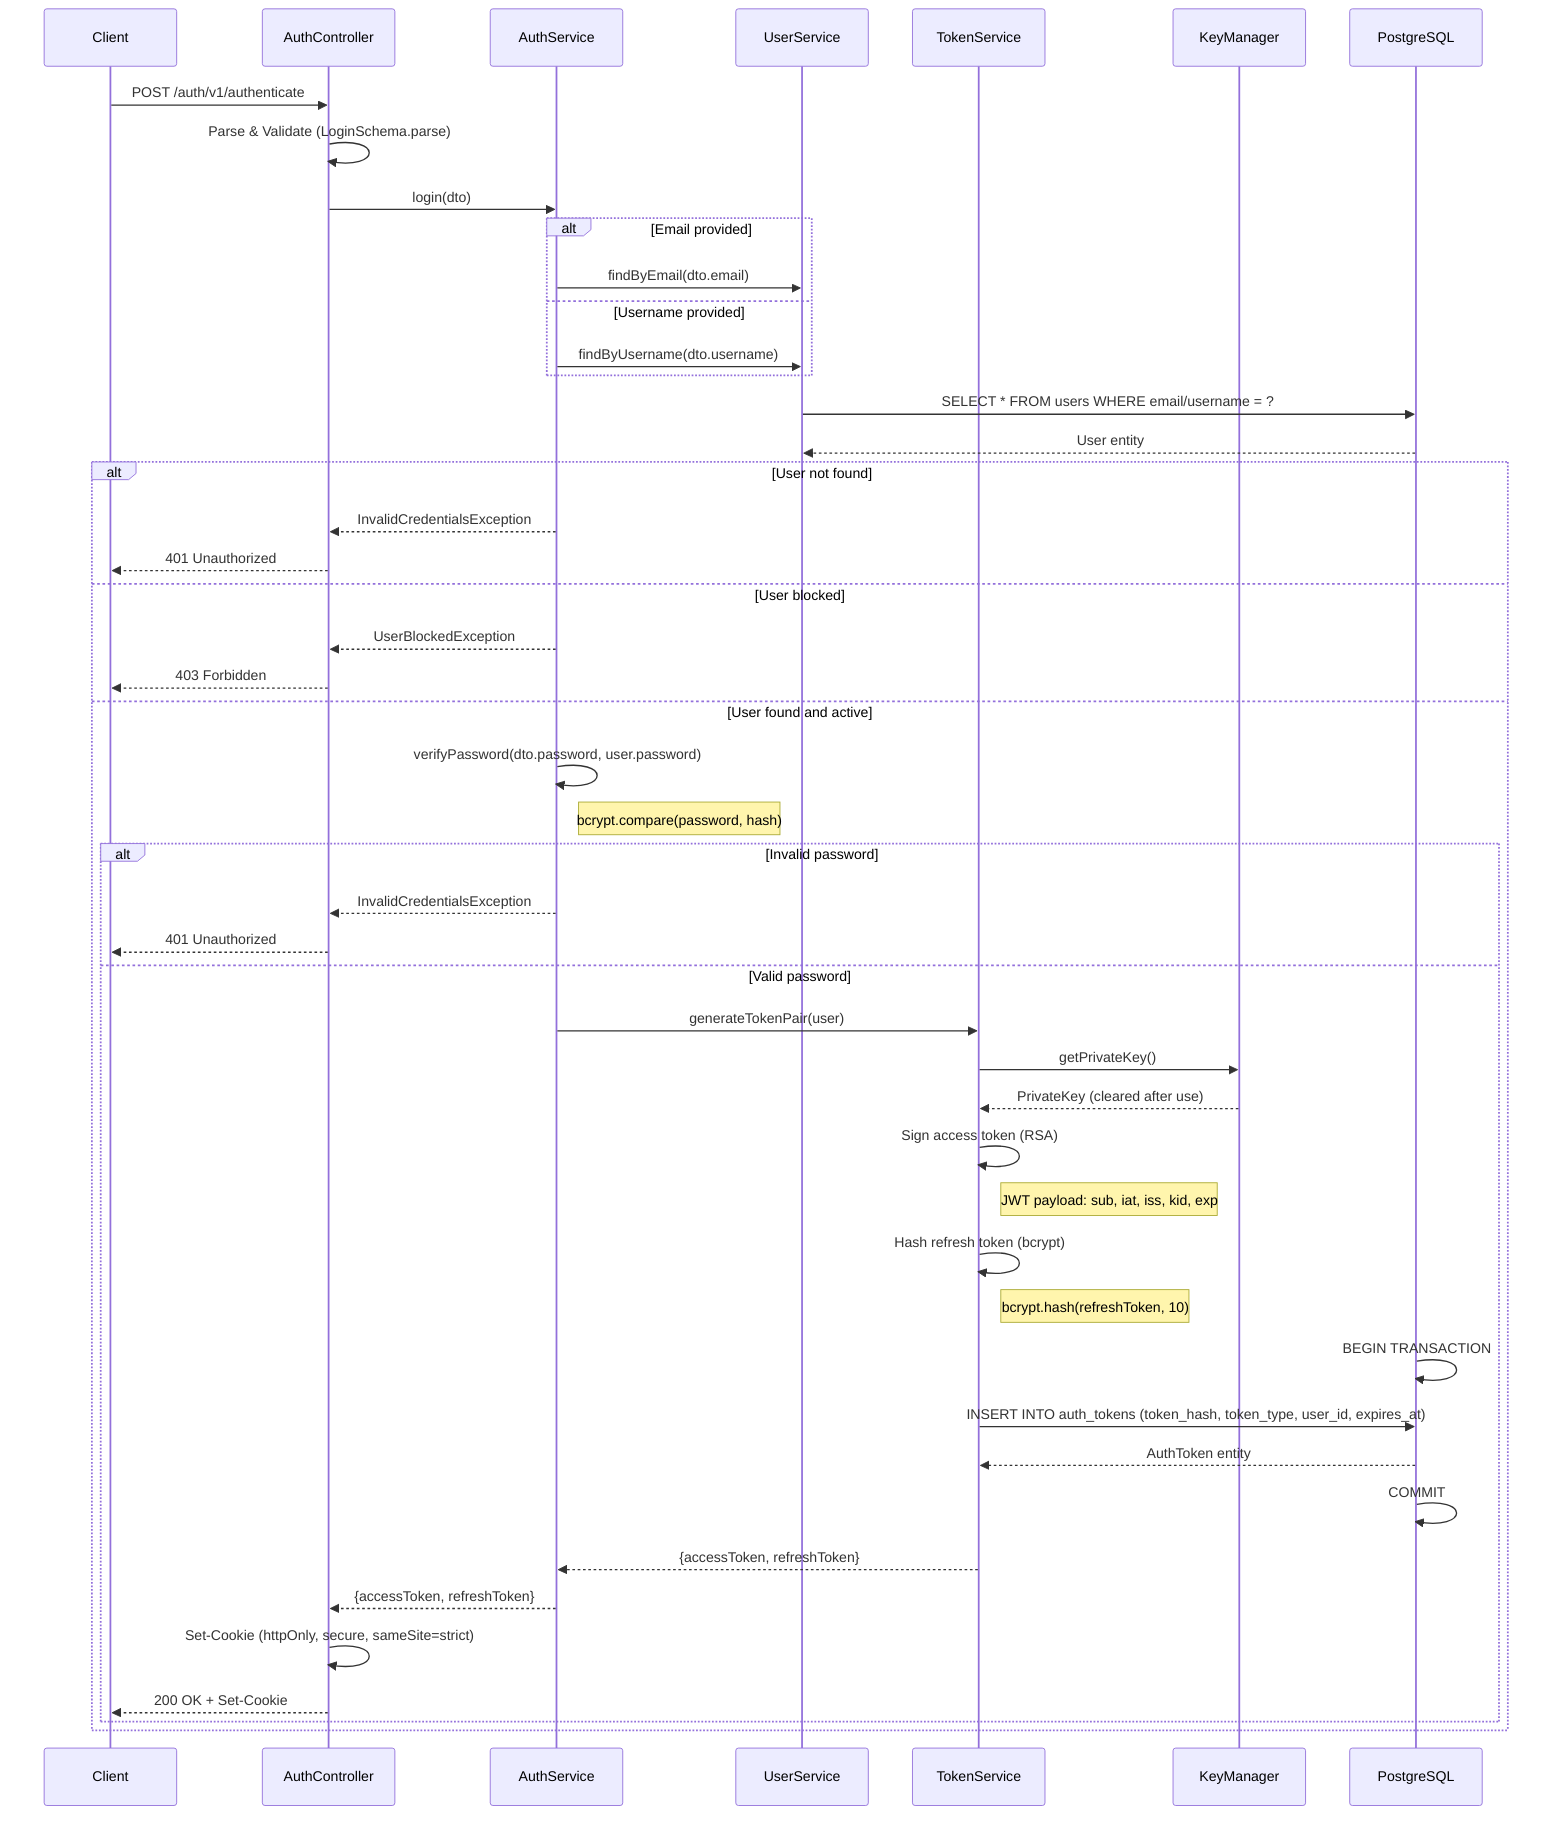
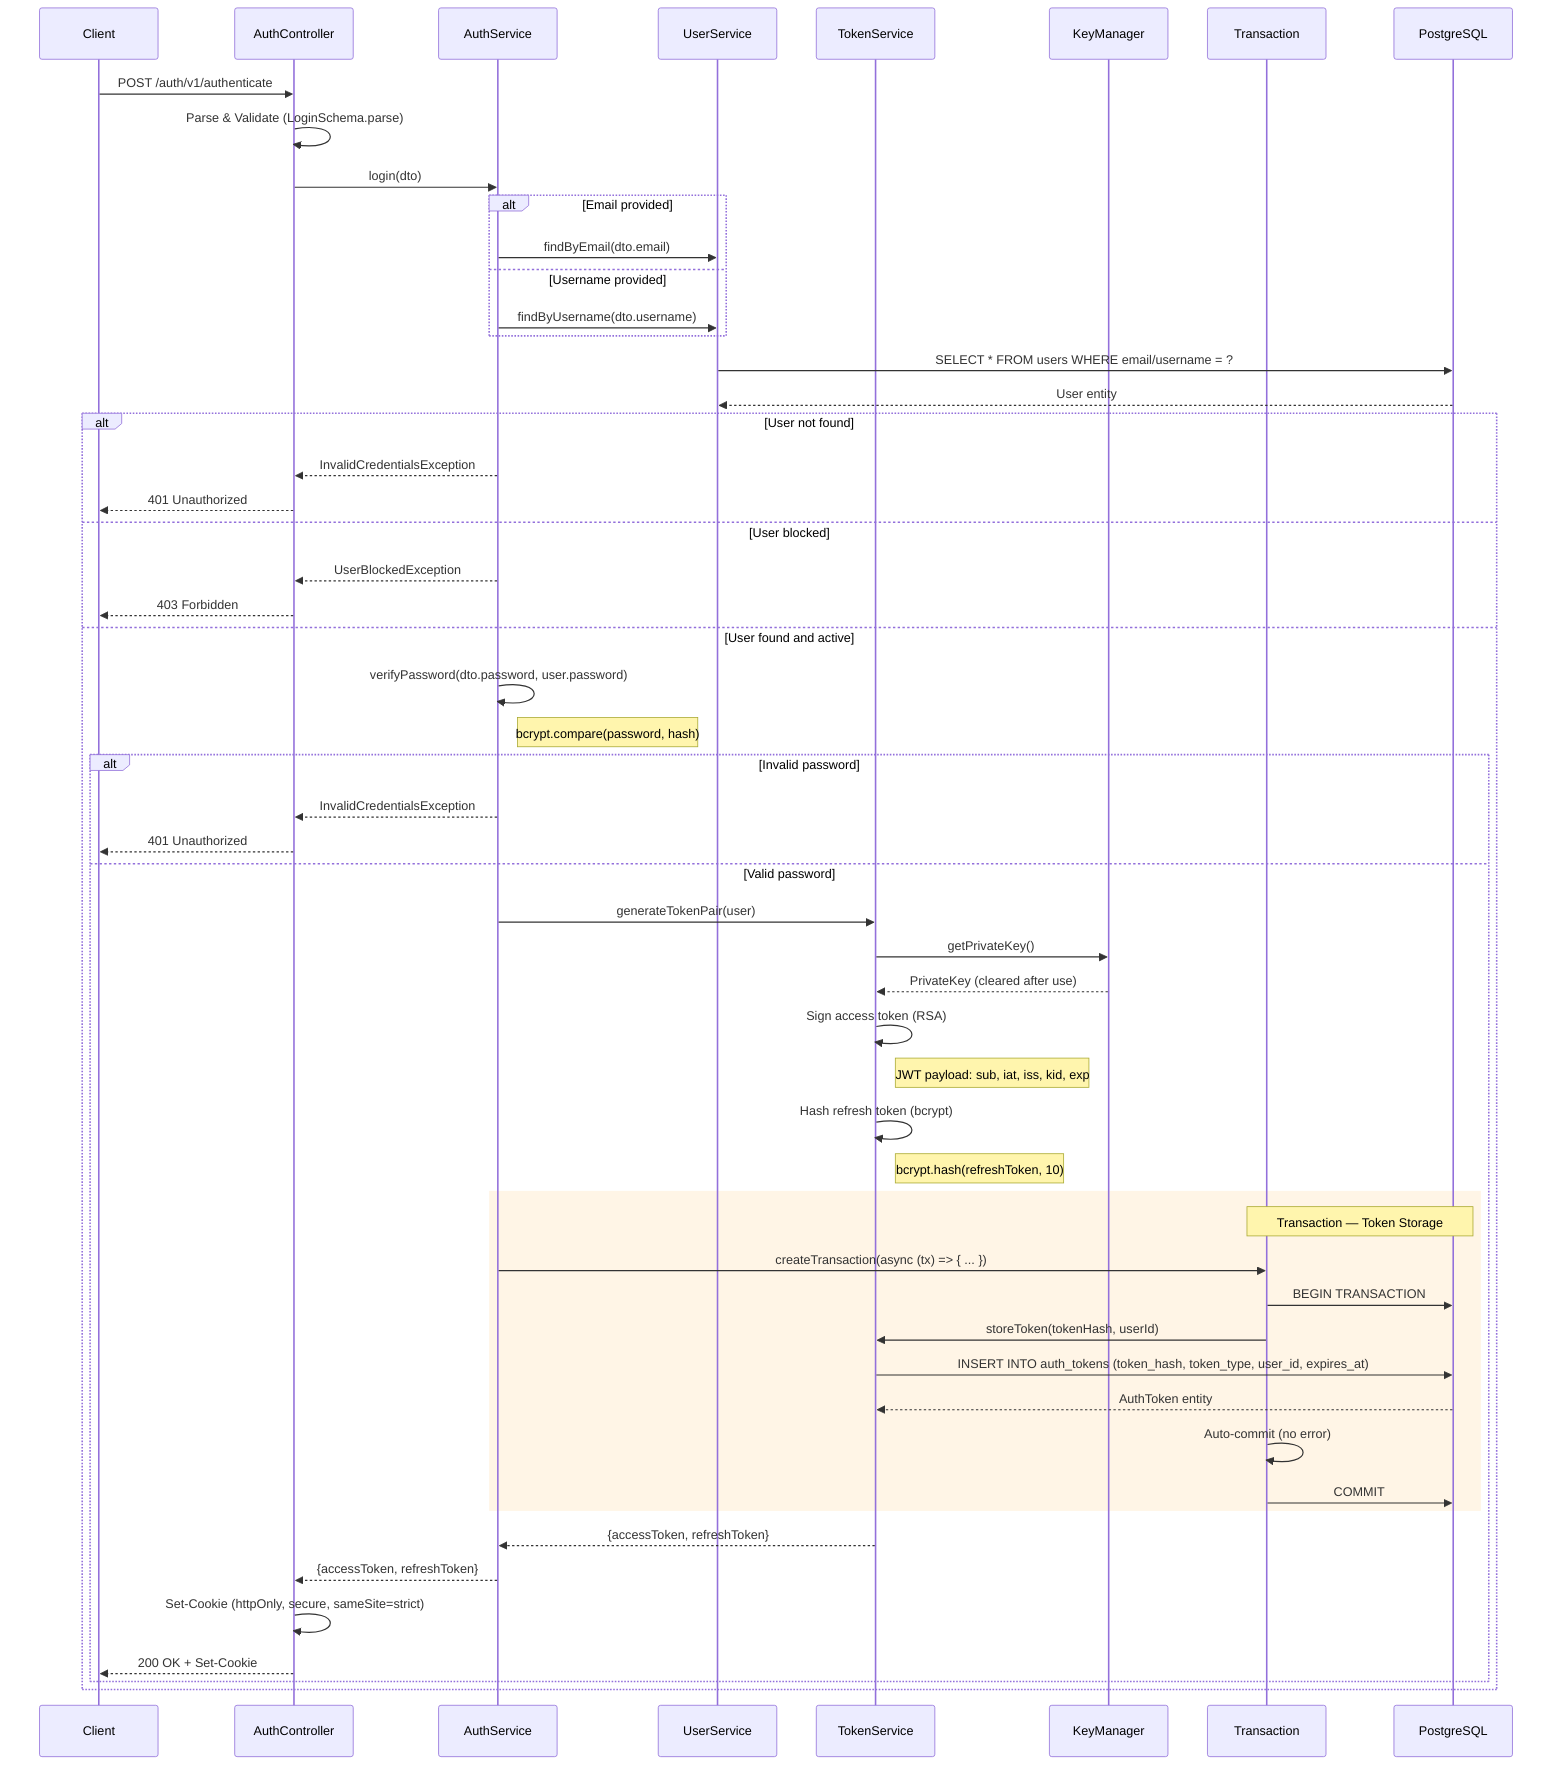
%% User Login Sequence
%% Maps to: FR-2, FR-5, FR-6, FR-13, FR-15

sequenceDiagram
    participant Client
    participant AuthController
    participant AuthService
    participant UserService
    participant TokenService
    participant KeyManager
+     participant Transaction
    participant PostgreSQL

    Client->>AuthController: POST /auth/v1/authenticate
    AuthController->>AuthController: Parse & Validate (LoginSchema.parse)

    AuthController->>AuthService: login(dto)

    alt Email provided
        AuthService->>UserService: findByEmail(dto.email)
    else Username provided
        AuthService->>UserService: findByUsername(dto.username)
    end

    UserService->>PostgreSQL: SELECT * FROM users WHERE email/username = ?
    PostgreSQL-->>UserService: User entity

    alt User not found
        AuthService-->>AuthController: InvalidCredentialsException
        AuthController-->>Client: 401 Unauthorized
    else User blocked
        AuthService-->>AuthController: UserBlockedException
        AuthController-->>Client: 403 Forbidden
    else User found and active
        AuthService->>AuthService: verifyPassword(dto.password, user.password)
        Note right of AuthService: bcrypt.compare(password, hash)

        alt Invalid password
            AuthService-->>AuthController: InvalidCredentialsException
            AuthController-->>Client: 401 Unauthorized
        else Valid password
            AuthService->>TokenService: generateTokenPair(user)
            TokenService->>KeyManager: getPrivateKey()
            KeyManager-->>TokenService: PrivateKey (cleared after use)

            TokenService->>TokenService: Sign access token (RSA)
            Note right of TokenService: JWT payload: sub, iat, iss, kid, exp

            TokenService->>TokenService: Hash refresh token (bcrypt)
            Note right of TokenService: bcrypt.hash(refreshToken, 10)

-             PostgreSQL->>PostgreSQL: BEGIN TRANSACTION
- 
-             TokenService->>PostgreSQL: INSERT INTO auth_tokens (token_hash, token_type, user_id, expires_at)
-             PostgreSQL-->>TokenService: AuthToken entity
- 
-             PostgreSQL->>PostgreSQL: COMMIT
+             rect rgb(255, 245, 230)
+                 Note over Transaction,PostgreSQL: Transaction — Token Storage
+                 AuthService->>Transaction: createTransaction(async (tx) => { ... })
+                 Transaction->>PostgreSQL: BEGIN TRANSACTION
+                 Transaction->>TokenService: storeToken(tokenHash, userId)
+                 TokenService->>PostgreSQL: INSERT INTO auth_tokens (token_hash, token_type, user_id, expires_at)
+                 PostgreSQL-->>TokenService: AuthToken entity
+                 Transaction->>Transaction: Auto-commit (no error)
+                 Transaction->>PostgreSQL: COMMIT
+             end

            TokenService-->>AuthService: {accessToken, refreshToken}
            AuthService-->>AuthController: {accessToken, refreshToken}

            AuthController->>AuthController: Set-Cookie (httpOnly, secure, sameSite=strict)
            AuthController-->>Client: 200 OK + Set-Cookie
        end
    end
